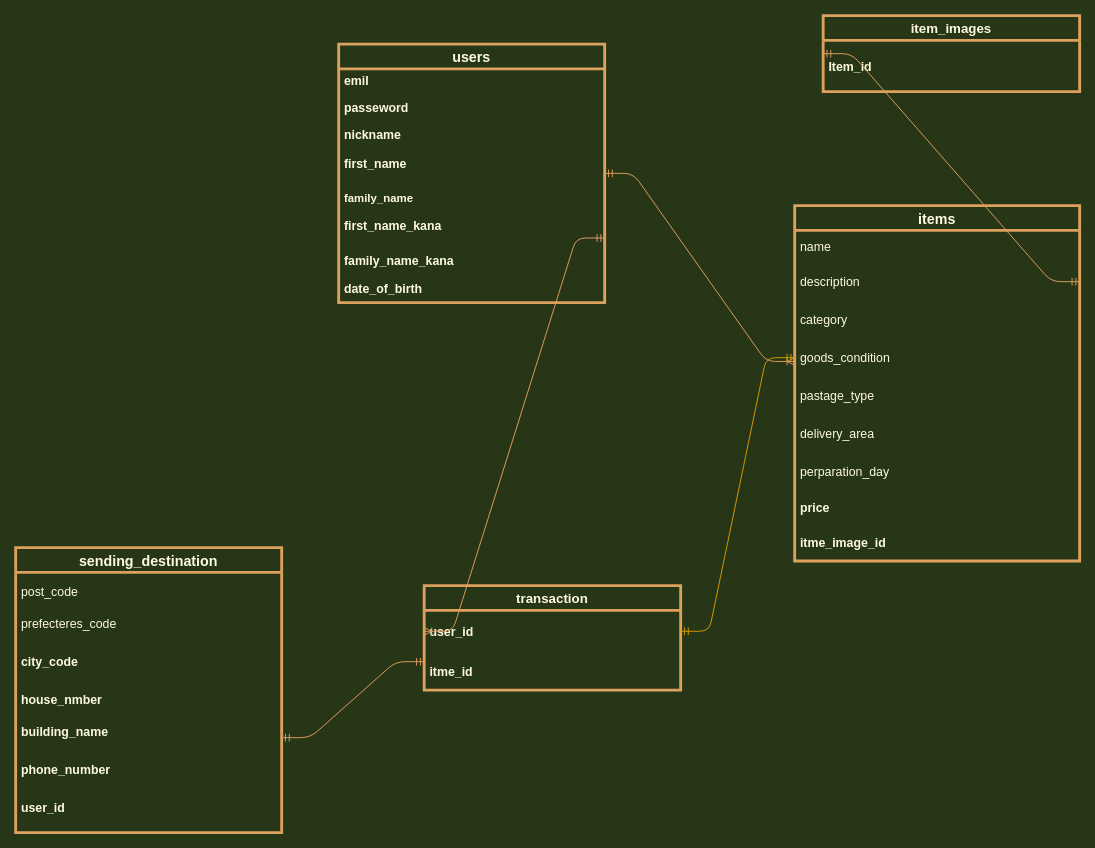
Earlier version of the draw.io diagram er.dio (haruki-kouda/furima-30455). Source tidied: cells renumbered, new cells numbered last; positions are measured from the earlier drawing's top-left corner, leaving out a move shared by most shapes. Both pictures are drawn from the tidied source at 95%, with x=0, y=0 at pixel (15, 15).
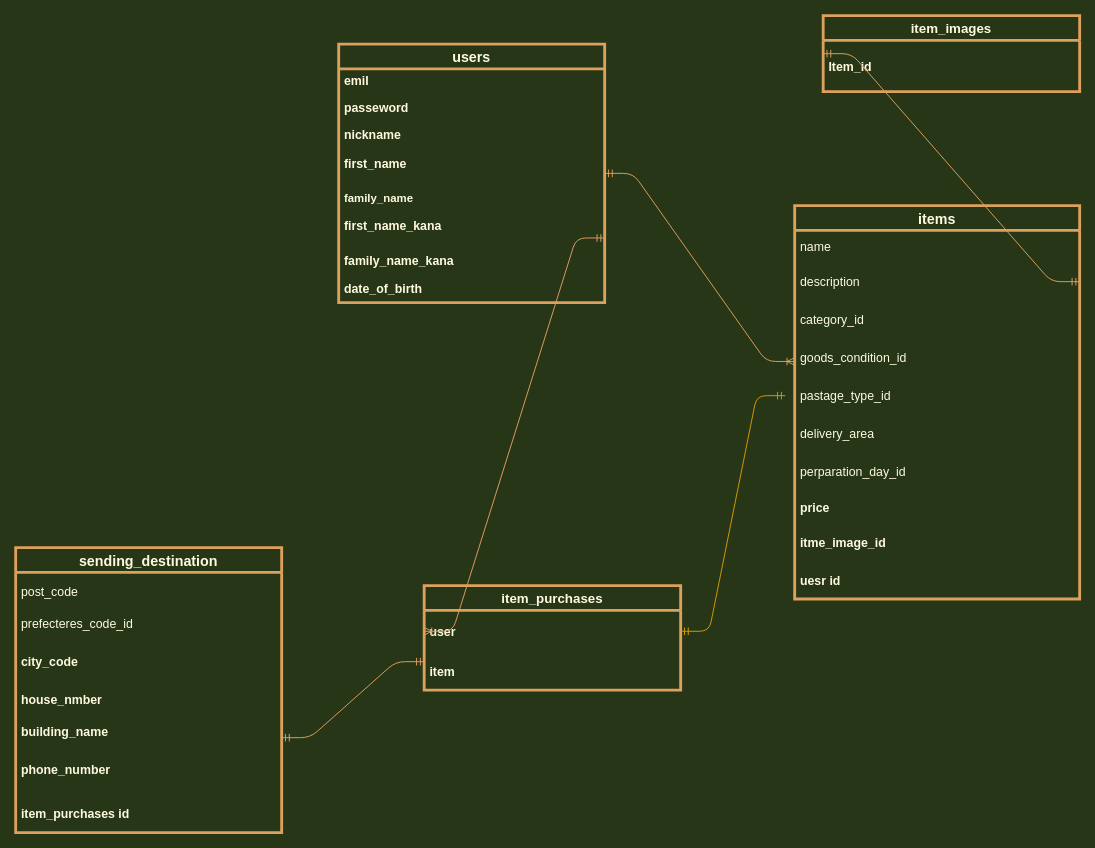
After the change.

Commit message (it also covers changes not shown here):
指摘修正３回目　データーベース設計

The change refers to these unchanged cells:
```xml
<mxCell id="26" value="sending_destination" style="swimlane;fontStyle=1;horizontal=1;startSize=26;fillColor=none;strokeWidth=3;fontSize=15;arcSize=15;strokeColor=#DDA15E;fontColor=#FEFAE0;" parent="1" vertex="1">
  <mxGeometry y="560" width="280" height="300" as="geometry" />
</mxCell>
```

Change to the diagram source:
```diff
@@
     <mxCell id="2" value="items" style="swimlane;fontStyle=1;horizontal=1;startSize=26;fillColor=none;strokeColor=#DDA15E;fontFamily=Helvetica;fontSize=15;strokeWidth=3;arcSize=15;fontColor=#FEFAE0;" parent="1" vertex="1">
-      <mxGeometry x="820" y="200" width="300" height="374" as="geometry" />
+      <mxGeometry x="820" y="200" width="300" height="414" as="geometry" />
     </mxCell>
@@
-    <mxCell id="5" value="category" style="text;strokeColor=none;fillColor=none;align=left;verticalAlign=middle;spacingLeft=4;spacingRight=4;overflow=hidden;strokeWidth=3;arcSize=15;fontSize=13;fontColor=#FEFAE0;" parent="2" vertex="1">
+    <mxCell id="5" value="category_id" style="text;strokeColor=none;fillColor=none;align=left;verticalAlign=middle;spacingLeft=4;spacingRight=4;overflow=hidden;strokeWidth=3;arcSize=15;fontSize=13;fontColor=#FEFAE0;" parent="2" vertex="1">
       <mxGeometry y="100" width="300" height="40" as="geometry" />
     </mxCell>
-    <mxCell id="6" value="goods_condition" style="text;strokeColor=none;fillColor=none;align=left;verticalAlign=middle;spacingLeft=4;spacingRight=4;overflow=hidden;points=[[0,0.5],[1,0.5]];portConstraint=eastwest;strokeWidth=3;arcSize=15;fontSize=13;fontColor=#FEFAE0;" parent="2" vertex="1">
+    <mxCell id="6" value="goods_condition_id" style="text;strokeColor=none;fillColor=none;align=left;verticalAlign=middle;spacingLeft=4;spacingRight=4;overflow=hidden;points=[[0,0.5],[1,0.5]];portConstraint=eastwest;strokeWidth=3;arcSize=15;fontSize=13;fontColor=#FEFAE0;" parent="2" vertex="1">
       <mxGeometry y="140" width="300" height="40" as="geometry" />
     </mxCell>
-    <mxCell id="7" value="pastage_type" style="text;strokeColor=none;fillColor=none;align=left;verticalAlign=middle;spacingLeft=4;spacingRight=4;overflow=hidden;strokeWidth=3;arcSize=15;fontSize=13;fontColor=#FEFAE0;" parent="2" vertex="1">
+    <mxCell id="7" value="pastage_type_id" style="text;strokeColor=none;fillColor=none;align=left;verticalAlign=middle;spacingLeft=4;spacingRight=4;overflow=hidden;strokeWidth=3;arcSize=15;fontSize=13;fontColor=#FEFAE0;" parent="2" vertex="1">
       <mxGeometry y="180" width="300" height="40" as="geometry" />
     </mxCell>
@@
-    <mxCell id="9" value="perparation_day" style="text;strokeColor=none;fillColor=none;align=left;verticalAlign=middle;spacingLeft=4;spacingRight=4;overflow=hidden;strokeWidth=3;arcSize=15;fontSize=13;fontColor=#FEFAE0;" parent="2" vertex="1">
+    <mxCell id="9" value="perparation_day_id" style="text;strokeColor=none;fillColor=none;align=left;verticalAlign=middle;spacingLeft=4;spacingRight=4;overflow=hidden;strokeWidth=3;arcSize=15;fontSize=13;fontColor=#FEFAE0;" parent="2" vertex="1">
       <mxGeometry y="260" width="300" height="40" as="geometry" />
     </mxCell>
@@
+    <mxCell id="40" value="uesr id" style="text;strokeColor=none;fillColor=none;align=left;verticalAlign=middle;spacingLeft=4;spacingRight=4;overflow=hidden;strokeWidth=3;fontStyle=1;arcSize=15;fontSize=13;fontColor=#FEFAE0;" parent="2" vertex="1">
+      <mxGeometry y="374" width="300" height="40" as="geometry" />
+    </mxCell>
@@
-    <mxCell id="28" value="prefecteres_code" style="text;strokeColor=none;fillColor=none;align=left;verticalAlign=top;spacingLeft=4;spacingRight=4;overflow=hidden;arcSize=15;fontSize=13;fontColor=#FEFAE0;" parent="26" vertex="1">
+    <mxCell id="28" value="prefecteres_code_id" style="text;strokeColor=none;fillColor=none;align=left;verticalAlign=top;spacingLeft=4;spacingRight=4;overflow=hidden;arcSize=15;fontSize=13;fontColor=#FEFAE0;" parent="26" vertex="1">
       <mxGeometry y="66" width="280" height="40" as="geometry" />
     </mxCell>
@@
-    <mxCell id="33" value="user_id" style="text;strokeColor=none;fillColor=none;align=left;verticalAlign=top;spacingLeft=4;spacingRight=4;overflow=hidden;strokeWidth=3;fontStyle=1;fontSize=13;fontColor=#FEFAE0;" parent="26" vertex="1">
-      <mxGeometry y="260" width="280" height="40" as="geometry" />
-    </mxCell>
+    <mxCell id="41" value="item_purchases id" style="text;strokeColor=none;fillColor=none;align=left;verticalAlign=middle;spacingLeft=4;spacingRight=4;overflow=hidden;strokeWidth=3;fontStyle=1;arcSize=15;fontSize=13;fontColor=#FEFAE0;" parent="26" vertex="1">
+      <mxGeometry y="260" width="280" height="40" as="geometry" />
+    </mxCell>
-    <mxCell id="34" value="transaction" style="swimlane;fontStyle=1;horizontal=1;startSize=26;fillColor=none;strokeWidth=3;fontSize=14;arcSize=15;strokeColor=#DDA15E;fontColor=#FEFAE0;" parent="1" vertex="1">
+    <mxCell id="34" value="item_purchases" style="swimlane;fontStyle=1;horizontal=1;startSize=26;fillColor=none;strokeWidth=3;fontSize=14;arcSize=15;strokeColor=#DDA15E;fontColor=#FEFAE0;" parent="1" vertex="1">
       <mxGeometry x="430" y="600" width="270" height="110" as="geometry" />
     </mxCell>
-    <mxCell id="35" value="user_id" style="text;strokeColor=none;fillColor=none;align=left;verticalAlign=middle;spacingLeft=4;spacingRight=4;overflow=hidden;points=[[0,0.5],[1,0.5]];portConstraint=eastwest;arcSize=15;fontSize=13;fontStyle=1;fontColor=#FEFAE0;" parent="34" vertex="1">
+    <mxCell id="35" value="user" style="text;strokeColor=none;fillColor=none;align=left;verticalAlign=middle;spacingLeft=4;spacingRight=4;overflow=hidden;points=[[0,0.5],[1,0.5]];portConstraint=eastwest;arcSize=15;fontSize=13;fontStyle=1;fontColor=#FEFAE0;" parent="34" vertex="1">
       <mxGeometry y="26" width="270" height="44" as="geometry" />
     </mxCell>
-    <mxCell id="36" value="itme_id" style="text;strokeColor=none;fillColor=none;align=left;verticalAlign=middle;spacingLeft=4;spacingRight=4;overflow=hidden;strokeWidth=3;fontStyle=1;arcSize=15;fontSize=13;fontColor=#FEFAE0;" parent="34" vertex="1">
+    <mxCell id="36" value="item" style="text;strokeColor=none;fillColor=none;align=left;verticalAlign=middle;spacingLeft=4;spacingRight=4;overflow=hidden;strokeWidth=3;fontStyle=1;arcSize=15;fontSize=13;fontColor=#FEFAE0;" parent="34" vertex="1">
       <mxGeometry y="70" width="270" height="40" as="geometry" />
     </mxCell>
-    <mxCell id="37" style="edgeStyle=entityRelationEdgeStyle;fontSize=12;html=1;endArrow=ERmandOne;startArrow=ERmandOne;exitX=1;exitY=0.5;exitDx=0;exitDy=0;entryX=0;entryY=0.5;entryDx=0;entryDy=0;fillColor=#ffcd28;strokeColor=#d79b00;gradientColor=#ffa500;" parent="1" edge="1" source="35" target="6">
-      <mxGeometry relative="1" as="geometry" />
+    <mxCell id="37" style="edgeStyle=entityRelationEdgeStyle;fontSize=12;html=1;endArrow=ERmandOne;startArrow=ERmandOne;exitX=1;exitY=0.5;exitDx=0;exitDy=0;fillColor=#ffcd28;strokeColor=#d79b00;gradientColor=#ffa500;" parent="1" edge="1" source="35">
+      <mxGeometry relative="1" as="geometry">
+        <mxPoint x="810" y="400" as="targetPoint" />
+      </mxGeometry>
     </mxCell>
```
